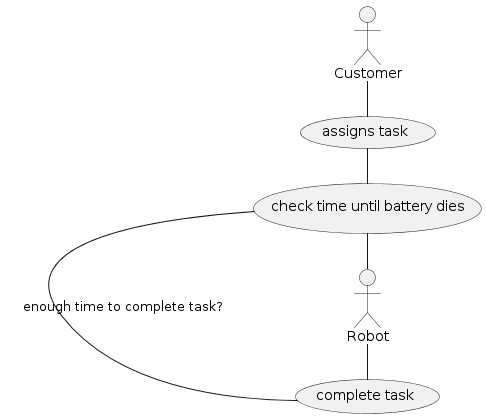
Above: docs/design/usecases/usecase11.png in ur-cs-courses/course-project-catch-up (PlantUML), before the change.
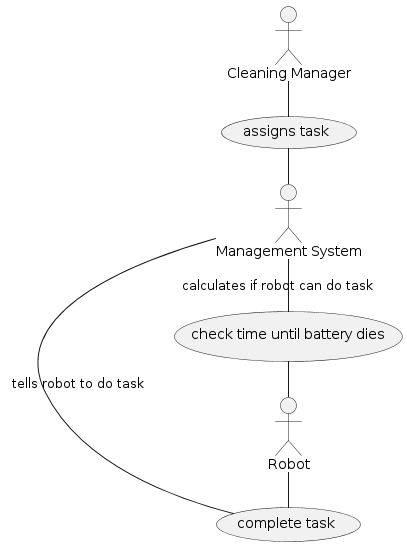
Above is the later version.

What changed in the source:
```diff
@@ -2,17 +2,19 @@
 left to right direction
 
 actor Robot
-actor Customer
+actor "Cleaning Manager" as cm
+actor "Management System" as ms
 
 
 usecase "assigns task" as at
 usecase "check time until battery dies" as cb
 usecase "complete task" as ct
 
-Customer - at
-at - cb
+cm - at
+at - ms
+ms - cb : "calculates if robot can do task"
+ms - ct : "tells robot to do task"
 cb - Robot
-cb - ct : "enough time to complete task?"
 Robot - ct
 
 
```
